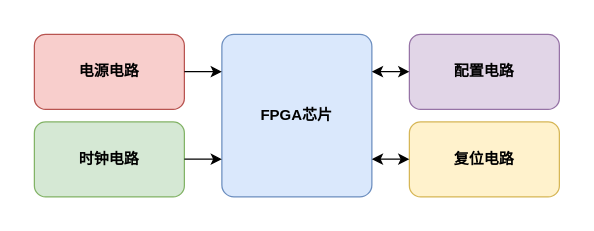
zeandon/draw.io keeps this draw.io diagram as FPGA最小系统框图.drawio. Above is the earlier version. Source tidied: cells renumbered, new cells numbered last; positions are measured from the earlier drawing's top-left corner, leaving out a move shared by most shapes. Both pictures are drawn from the tidied source at 125%, with x=0, y=0 at pixel (34, 34).
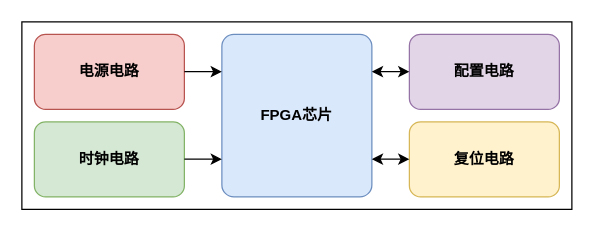
The same page after the edit.

Commit message (it also covers changes not shown here):
更新FPGA最小系统框图.drawio

Change to the diagram source:
```diff
@@
 <mxGraphModel>
   <root>
     <mxCell id="0" />
     <mxCell id="1" parent="0" />
+    <mxCell id="11" style="rounded=0;whiteSpace=wrap;html=1;" parent="1" vertex="1">
+      <mxGeometry x="-10" y="-10" width="440" height="150" as="geometry" />
+    </mxCell>
     <mxCell id="2" value="FPGA芯片" style="rounded=1;whiteSpace=wrap;html=1;fontStyle=1;arcSize=8;fillColor=#dae8fc;strokeColor=#6c8ebf;" parent="1" vertex="1">
       <mxGeometry x="150" width="120" height="130" as="geometry" />
     </mxCell>
     <mxCell id="3" value="配置电路" style="rounded=1;whiteSpace=wrap;html=1;fontStyle=1;fillColor=#e1d5e7;strokeColor=#9673a6;" parent="1" vertex="1">
       <mxGeometry x="300" width="120" height="60" as="geometry" />
     </mxCell>
     <mxCell id="4" value="复位电路" style="rounded=1;whiteSpace=wrap;html=1;fontStyle=1;fillColor=#fff2cc;strokeColor=#d6b656;" parent="1" vertex="1">
       <mxGeometry x="300" y="70" width="120" height="60" as="geometry" />
     </mxCell>
     <mxCell id="5" value="电源电路" style="rounded=1;whiteSpace=wrap;html=1;fontStyle=1;fillColor=#f8cecc;strokeColor=#b85450;" parent="1" vertex="1">
       <mxGeometry width="120" height="60" as="geometry" />
     </mxCell>
     <mxCell id="6" value="时钟电路" style="rounded=1;whiteSpace=wrap;html=1;fontStyle=1;fillColor=#d5e8d4;strokeColor=#82b366;" parent="1" vertex="1">
       <mxGeometry y="70" width="120" height="60" as="geometry" />
     </mxCell>
     <mxCell id="7" style="endArrow=classic;html=1;rounded=0;" parent="1" edge="1">
       <mxGeometry relative="1" as="geometry">
         <mxPoint x="120" y="29.8" as="sourcePoint" />
         <mxPoint x="150" y="29.8" as="targetPoint" />
       </mxGeometry>
     </mxCell>
     <mxCell id="8" style="endArrow=classic;html=1;rounded=0;" parent="1" edge="1">
       <mxGeometry relative="1" as="geometry">
         <mxPoint x="120" y="99.8" as="sourcePoint" />
         <mxPoint x="150" y="99.8" as="targetPoint" />
       </mxGeometry>
     </mxCell>
     <mxCell id="9" style="endArrow=classic;html=1;rounded=0;startArrow=classic;startFill=1;" parent="1" edge="1">
       <mxGeometry relative="1" as="geometry">
         <mxPoint x="270" y="29.8" as="sourcePoint" />
         <mxPoint x="300" y="29.8" as="targetPoint" />
       </mxGeometry>
     </mxCell>
     <mxCell id="10" style="endArrow=classic;html=1;rounded=0;startArrow=classic;startFill=1;" parent="1" edge="1">
       <mxGeometry relative="1" as="geometry">
         <mxPoint x="270" y="99.8" as="sourcePoint" />
         <mxPoint x="300" y="99.8" as="targetPoint" />
       </mxGeometry>
     </mxCell>
   </root>
 </mxGraphModel>
```
